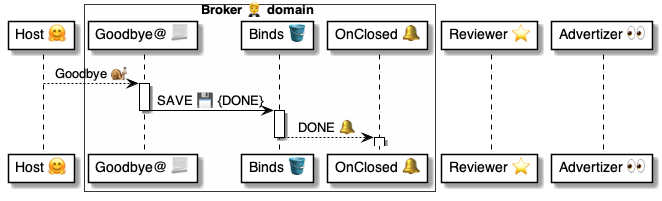
Before: 4 ⚙️ Solution/20 🧑‍🦰 UI/Brokers 🤵/🤵🪣 Broker tables/Chats 💬 table/🪣🔔 9 Done/🤵 OnChatDone ⚙️ uml.png, a diagram exported from PlantUML (pollyweb-org/pollyweb-docs). Its source is kept beside it as 4 ⚙️ Solution/20 🧑‍🦰 UI/Brokers 🤵/🤵🪣 Broker tables/Chats 💬 table/🪣🔔 9 Done/🤵 OnChatDone ⚙️ uml.puml. Its diagram source:
```plantuml
@startuml OnChatDone

participant "Host 🤗" as host

box Broker 🤵 domain #FFFFFA
    participant "Goodbye@ 📃" as script
    participant "Binds 🪣" as binds
    participant "OnClosed 🔔" as handler
end box

participant "Reviewer ⭐" as reviewer
participant "Advertizer 👀" as ads


host --> script: Goodbye 🐌

activate script
    script -> binds: SAVE 💾 {DONE}
deactivate script

activate binds
    binds --> handler: DONE 🔔
deactivate binds

activate handler
deactivate handler

@enduml
```
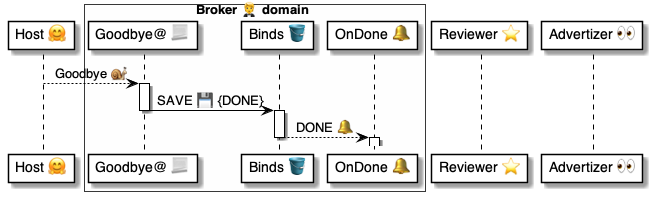
After the commit.

Change to the diagram source:
```diff
@@ -5,7 +5,7 @@
 box Broker 🤵 domain #FFFFFA
     participant "Goodbye@ 📃" as script
     participant "Binds 🪣" as binds
-    participant "OnClosed 🔔" as handler
+    participant "OnDone 🔔" as handler
 end box
 
 participant "Reviewer ⭐" as reviewer
```
